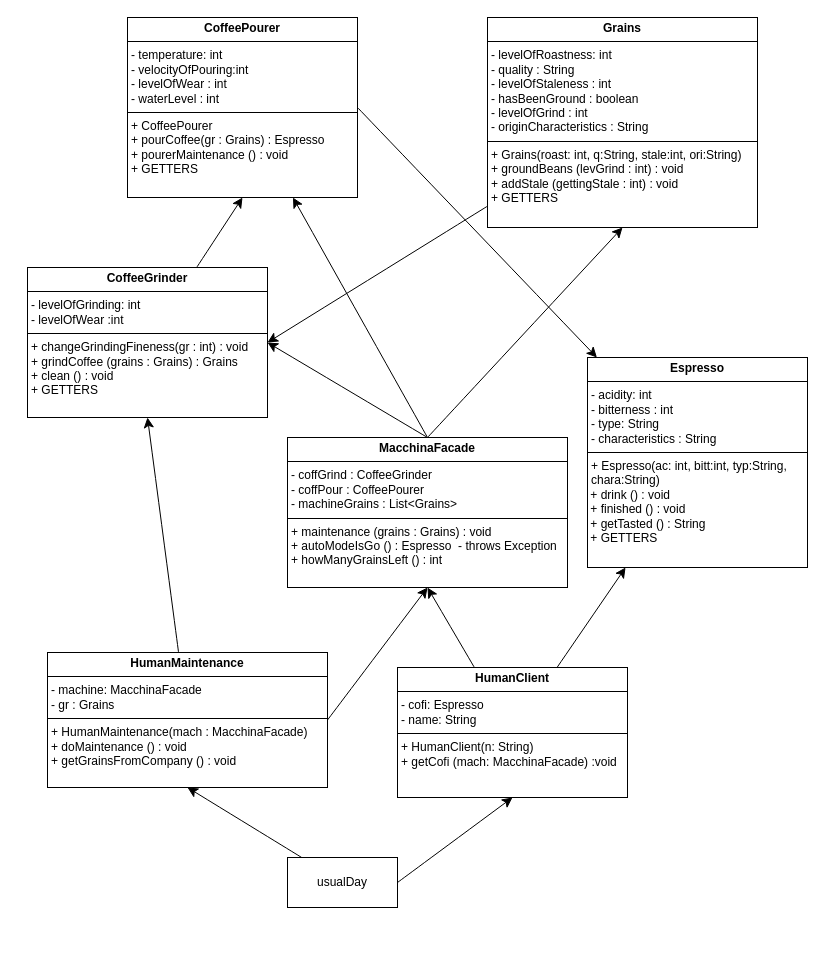
This is 21_03_25/DesignPatterns/Facade/CoffeeMachineUML.drawio from belligerentcrow/ids_unict, a draw.io file, before an edit. Source tidied: cells renumbered, new cells numbered last; positions are measured from the earlier drawing's top-left corner, leaving out a move shared by most shapes. Both pictures are drawn from the tidied source at 100%, with x=0, y=0 at pixel (27, 17).
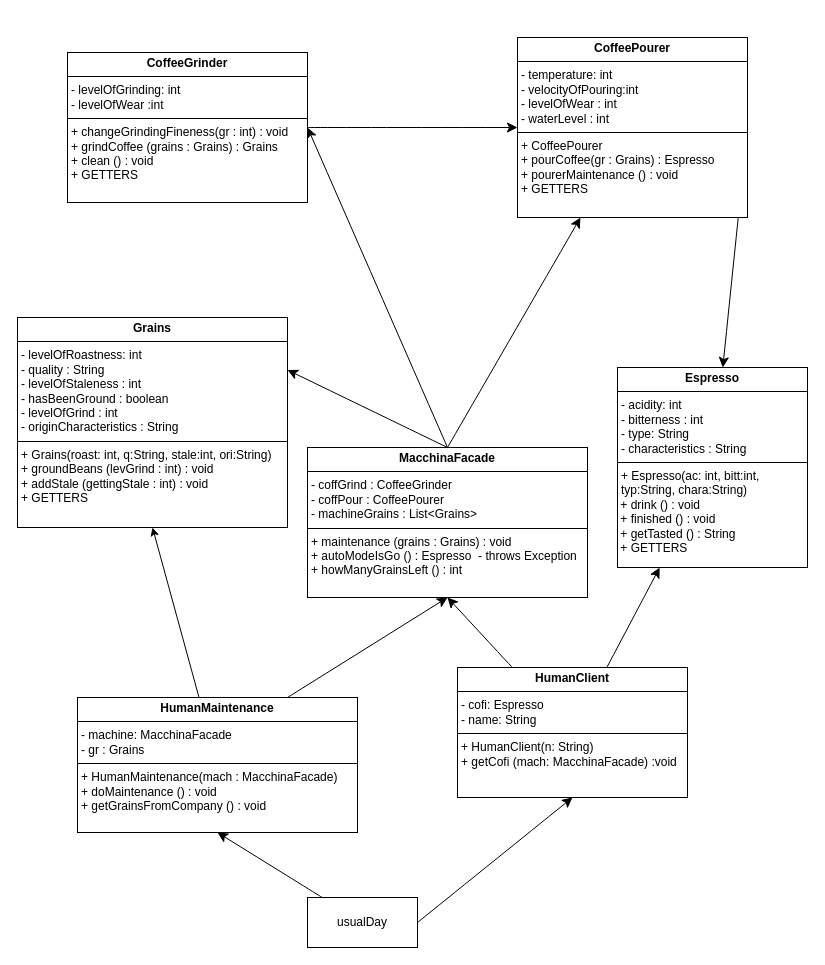
Above is the later version.

Commit message (it also covers changes not shown here):
Modify UML Diagrams and README.md

Diff of the diagram source:
```diff
@@
     <mxCell id="4" value="&lt;p style=&quot;margin:0px;margin-top:4px;text-align:center;&quot;&gt;&lt;b&gt;HumanClient&lt;/b&gt;&lt;/p&gt;&lt;hr size=&quot;1&quot; style=&quot;border-style:solid;&quot;&gt;&lt;p style=&quot;margin:0px;margin-left:4px;&quot;&gt;- cofi: Espresso&lt;/p&gt;&lt;p style=&quot;margin:0px;margin-left:4px;&quot;&gt;- name: String&lt;/p&gt;&lt;hr size=&quot;1&quot; style=&quot;border-style:solid;&quot;&gt;&lt;p style=&quot;margin:0px;margin-left:4px;&quot;&gt;+ HumanClient(n: String)&lt;/p&gt;&lt;p style=&quot;margin:0px;margin-left:4px;&quot;&gt;+ getCofi (mach: MacchinaFacade) :void&lt;/p&gt;" style="verticalAlign=top;align=left;overflow=fill;html=1;whiteSpace=wrap;" parent="1" vertex="1">
-      <mxGeometry x="370" y="650" width="230" height="130" as="geometry" />
+      <mxGeometry x="430" y="650" width="230" height="130" as="geometry" />
     </mxCell>
-    <mxCell id="5" style="edgeStyle=none;curved=1;rounded=0;jettySize=auto;html=1;exitX=1;exitY=0.5;exitDx=0;exitDy=0;entryX=0.5;entryY=1;entryDx=0;entryDy=0;fontSize=12;startSize=8;endSize=8;" parent="1" edge="1" source="7" target="14">
+    <mxCell id="5" style="edgeStyle=none;curved=1;rounded=0;jettySize=auto;html=1;exitX=0.75;exitY=0;exitDx=0;exitDy=0;entryX=0.5;entryY=1;entryDx=0;entryDy=0;fontSize=12;startSize=8;endSize=8;" parent="1" edge="1" source="7" target="14">
       <mxGeometry relative="1" as="geometry" />
     </mxCell>
-    <mxCell id="6" style="edgeStyle=none;curved=1;rounded=0;jettySize=auto;html=1;entryX=0.5;entryY=1;entryDx=0;entryDy=0;fontSize=12;startSize=8;endSize=8;" parent="1" edge="1" source="21" target="19">
+    <mxCell id="6" style="edgeStyle=none;curved=1;rounded=0;jettySize=auto;html=1;fontSize=12;startSize=8;endSize=8;" parent="1" edge="1" source="21" target="19">
       <mxGeometry relative="1" as="geometry" />
     </mxCell>
+    <mxCell id="22" style="edgeStyle=none;html=1;entryX=0.5;entryY=1;entryDx=0;entryDy=0;" parent="1" edge="1" source="7" target="16">
+      <mxGeometry relative="1" as="geometry" />
+    </mxCell>
     <mxCell id="7" value="&lt;p style=&quot;margin:0px;margin-top:4px;text-align:center;&quot;&gt;&lt;b&gt;HumanMaintenance&lt;/b&gt;&lt;/p&gt;&lt;hr size=&quot;1&quot; style=&quot;border-style:solid;&quot;&gt;&lt;p style=&quot;margin:0px;margin-left:4px;&quot;&gt;- machine: MacchinaFacade&lt;/p&gt;&lt;p style=&quot;margin:0px;margin-left:4px;&quot;&gt;- gr : Grains&lt;/p&gt;&lt;hr size=&quot;1&quot; style=&quot;border-style:solid;&quot;&gt;&lt;p style=&quot;margin:0px;margin-left:4px;&quot;&gt;+ HumanMaintenance(mach : MacchinaFacade)&lt;/p&gt;&lt;p style=&quot;margin:0px;margin-left:4px;&quot;&gt;+ doMaintenance () : void&lt;/p&gt;&lt;p style=&quot;margin:0px;margin-left:4px;&quot;&gt;+ getGrainsFromCompany () : void&lt;/p&gt;" style="verticalAlign=top;align=left;overflow=fill;html=1;whiteSpace=wrap;" parent="1" vertex="1">
-      <mxGeometry x="20" y="635" width="280" height="135" as="geometry" />
+      <mxGeometry x="50" y="680" width="280" height="135" as="geometry" />
     </mxCell>
@@
     <mxCell id="10" value="usualDay" style="html=1;whiteSpace=wrap;" parent="1" vertex="1">
-      <mxGeometry x="260" y="840" width="110" height="50" as="geometry" />
+      <mxGeometry x="280" y="880" width="110" height="50" as="geometry" />
     </mxCell>
-    <mxCell id="11" style="edgeStyle=none;curved=1;rounded=0;jettySize=auto;html=1;entryX=0.5;entryY=1;entryDx=0;entryDy=0;fontSize=12;startSize=8;endSize=8;exitX=0.5;exitY=0;exitDx=0;exitDy=0;" parent="1" edge="1" source="14" target="16">
+    <mxCell id="11" style="edgeStyle=none;curved=1;rounded=0;jettySize=auto;html=1;entryX=1;entryY=0.25;entryDx=0;entryDy=0;fontSize=12;startSize=8;endSize=8;exitX=0.5;exitY=0;exitDx=0;exitDy=0;" parent="1" edge="1" source="14" target="16">
       <mxGeometry relative="1" as="geometry" />
     </mxCell>
@@
     <mxCell id="14" value="&lt;p style=&quot;margin:0px;margin-top:4px;text-align:center;&quot;&gt;&lt;b&gt;MacchinaFacade&lt;/b&gt;&lt;/p&gt;&lt;hr size=&quot;1&quot; style=&quot;border-style:solid;&quot;&gt;&lt;p style=&quot;margin:0px;margin-left:4px;&quot;&gt;- coffGrind : CoffeeGrinder&lt;/p&gt;&lt;p style=&quot;margin:0px;margin-left:4px;&quot;&gt;- coffPour : CoffeePourer&lt;/p&gt;&lt;p style=&quot;margin:0px;margin-left:4px;&quot;&gt;- machineGrains : List&amp;lt;Grains&amp;gt;&lt;/p&gt;&lt;hr size=&quot;1&quot; style=&quot;border-style:solid;&quot;&gt;&lt;p style=&quot;margin:0px;margin-left:4px;&quot;&gt;+ maintenance (grains : Grains) : void&lt;/p&gt;&lt;p style=&quot;margin:0px;margin-left:4px;&quot;&gt;+ autoModeIsGo () : Espresso&amp;nbsp; - throws Exception&lt;/p&gt;&lt;p style=&quot;margin:0px;margin-left:4px;&quot;&gt;+ howManyGrainsLeft () : int&lt;/p&gt;" style="verticalAlign=top;align=left;overflow=fill;html=1;whiteSpace=wrap;" parent="1" vertex="1">
-      <mxGeometry x="260" y="420" width="280" height="150" as="geometry" />
+      <mxGeometry x="280" y="430" width="280" height="150" as="geometry" />
     </mxCell>
-    <mxCell id="15" style="edgeStyle=none;curved=1;rounded=0;jettySize=auto;html=1;entryX=1;entryY=0.5;entryDx=0;entryDy=0;fontSize=12;startSize=8;endSize=8;" parent="1" edge="1" source="16" target="21">
-      <mxGeometry relative="1" as="geometry" />
-    </mxCell>
     <mxCell id="16" value="&lt;p style=&quot;margin:0px;margin-top:4px;text-align:center;&quot;&gt;&lt;b&gt;Grains&lt;/b&gt;&lt;/p&gt;&lt;hr size=&quot;1&quot; style=&quot;border-style:solid;&quot;&gt;&lt;p style=&quot;margin:0px;margin-left:4px;&quot;&gt;- levelOfRoastness: int&lt;/p&gt;&lt;p style=&quot;margin:0px;margin-left:4px;&quot;&gt;- quality : String&lt;/p&gt;&lt;p style=&quot;margin:0px;margin-left:4px;&quot;&gt;- levelOfStaleness : int&lt;/p&gt;&lt;p style=&quot;margin:0px;margin-left:4px;&quot;&gt;- hasBeenGround : boolean&lt;/p&gt;&lt;p style=&quot;margin:0px;margin-left:4px;&quot;&gt;- levelOfGrind : int&lt;/p&gt;&lt;p style=&quot;margin:0px;margin-left:4px;&quot;&gt;- originCharacteristics : String&lt;/p&gt;&lt;hr size=&quot;1&quot; style=&quot;border-style:solid;&quot;&gt;&lt;p style=&quot;margin:0px;margin-left:4px;&quot;&gt;+ Grains(roast: int, q:String, stale:int, ori:String)&lt;/p&gt;&lt;p style=&quot;margin:0px;margin-left:4px;&quot;&gt;+ groundBeans (levGrind : int) : void&lt;/p&gt;&lt;p style=&quot;margin:0px;margin-left:4px;&quot;&gt;+ addStale (gettingStale : int) : void&lt;/p&gt;&lt;p style=&quot;margin:0px;margin-left:4px;&quot;&gt;+ GETTERS&lt;/p&gt;&lt;p style=&quot;margin:0px;margin-left:4px;&quot;&gt;&lt;br&gt;&lt;/p&gt;" style="verticalAlign=top;align=left;overflow=fill;html=1;whiteSpace=wrap;" parent="1" vertex="1">
-      <mxGeometry x="460" width="270" height="210" as="geometry" />
+      <mxGeometry x="-10" y="300" width="270" height="210" as="geometry" />
     </mxCell>
     <mxCell id="17" value="&lt;p style=&quot;margin:0px;margin-top:4px;text-align:center;&quot;&gt;&lt;b&gt;Espresso&lt;/b&gt;&lt;/p&gt;&lt;hr size=&quot;1&quot; style=&quot;border-style:solid;&quot;&gt;&lt;p style=&quot;margin:0px;margin-left:4px;&quot;&gt;- acidity: int&lt;/p&gt;&lt;p style=&quot;margin:0px;margin-left:4px;&quot;&gt;- bitterness : int&lt;/p&gt;&lt;p style=&quot;margin:0px;margin-left:4px;&quot;&gt;- type: String&lt;/p&gt;&lt;p style=&quot;margin:0px;margin-left:4px;&quot;&gt;- characteristics : String&lt;/p&gt;&lt;hr size=&quot;1&quot; style=&quot;border-style:solid;&quot;&gt;&lt;p style=&quot;margin:0px;margin-left:4px;&quot;&gt;+ Espresso(ac: int, bitt:int, typ:String, chara:String)&lt;/p&gt;&lt;div&gt;&amp;nbsp;+ drink () : void&lt;/div&gt;&lt;div&gt;&amp;nbsp;+ finished () : void&lt;/div&gt;&lt;div&gt;&amp;nbsp;+ getTasted () : String&lt;/div&gt;&lt;div&gt;&amp;nbsp;+ GETTERS&lt;/div&gt;&lt;div&gt;&lt;br&gt;&lt;/div&gt;&lt;p style=&quot;margin:0px;margin-left:4px;&quot;&gt;&lt;br&gt;&lt;/p&gt;" style="verticalAlign=top;align=left;overflow=fill;html=1;whiteSpace=wrap;" parent="1" vertex="1">
-      <mxGeometry x="560" y="340" width="220" height="210" as="geometry" />
+      <mxGeometry x="590" y="350" width="190" height="200" as="geometry" />
     </mxCell>
@@
     <mxCell id="19" value="&lt;p style=&quot;margin:0px;margin-top:4px;text-align:center;&quot;&gt;&lt;b&gt;CoffeePourer&lt;/b&gt;&lt;/p&gt;&lt;hr size=&quot;1&quot; style=&quot;border-style:solid;&quot;&gt;&lt;p style=&quot;margin:0px;margin-left:4px;&quot;&gt;- temperature: int&lt;/p&gt;&lt;p style=&quot;margin:0px;margin-left:4px;&quot;&gt;- velocityOfPouring:int&lt;/p&gt;&lt;p style=&quot;margin:0px;margin-left:4px;&quot;&gt;- levelOfWear : int&lt;/p&gt;&lt;p style=&quot;margin:0px;margin-left:4px;&quot;&gt;- waterLevel : int&lt;/p&gt;&lt;hr size=&quot;1&quot; style=&quot;border-style:solid;&quot;&gt;&lt;p style=&quot;margin:0px;margin-left:4px;&quot;&gt;+ CoffeePourer&lt;/p&gt;&lt;p style=&quot;margin:0px;margin-left:4px;&quot;&gt;+ pourCoffee(gr : Grains) : Espresso&lt;/p&gt;&lt;p style=&quot;margin:0px;margin-left:4px;&quot;&gt;+ pourerMaintenance () : void&lt;/p&gt;&lt;p style=&quot;margin:0px;margin-left:4px;&quot;&gt;+ GETTERS&lt;/p&gt;" style="verticalAlign=top;align=left;overflow=fill;html=1;whiteSpace=wrap;" parent="1" vertex="1">
-      <mxGeometry x="100" width="230" height="180" as="geometry" />
+      <mxGeometry x="490" y="20" width="230" height="180" as="geometry" />
     </mxCell>
-    <mxCell id="20" style="edgeStyle=none;curved=1;rounded=0;jettySize=auto;html=1;entryX=0.5;entryY=1;entryDx=0;entryDy=0;fontSize=12;startSize=8;endSize=8;" parent="1" edge="1" source="7" target="21">
-      <mxGeometry relative="1" as="geometry" />
-    </mxCell>
     <mxCell id="21" value="&lt;p style=&quot;margin:0px;margin-top:4px;text-align:center;&quot;&gt;&lt;b&gt;CoffeeGrinder&lt;/b&gt;&lt;/p&gt;&lt;hr size=&quot;1&quot; style=&quot;border-style:solid;&quot;&gt;&lt;p style=&quot;margin:0px;margin-left:4px;&quot;&gt;- levelOfGrinding: int&lt;/p&gt;&lt;p style=&quot;margin:0px;margin-left:4px;&quot;&gt;- levelOfWear :int&lt;/p&gt;&lt;hr size=&quot;1&quot; style=&quot;border-style:solid;&quot;&gt;&lt;p style=&quot;margin:0px;margin-left:4px;&quot;&gt;+ changeGrindingFineness(gr : int) : void&lt;/p&gt;&lt;p style=&quot;margin:0px;margin-left:4px;&quot;&gt;+ grindCoffee (grains : Grains) : Grains&lt;/p&gt;&lt;p style=&quot;margin:0px;margin-left:4px;&quot;&gt;+ clean () : void&lt;/p&gt;&lt;p style=&quot;margin:0px;margin-left:4px;&quot;&gt;+ GETTERS&lt;/p&gt;" style="verticalAlign=top;align=left;overflow=fill;html=1;whiteSpace=wrap;" parent="1" vertex="1">
-      <mxGeometry y="250" width="240" height="150" as="geometry" />
+      <mxGeometry x="40" y="35" width="240" height="150" as="geometry" />
     </mxCell>
```
